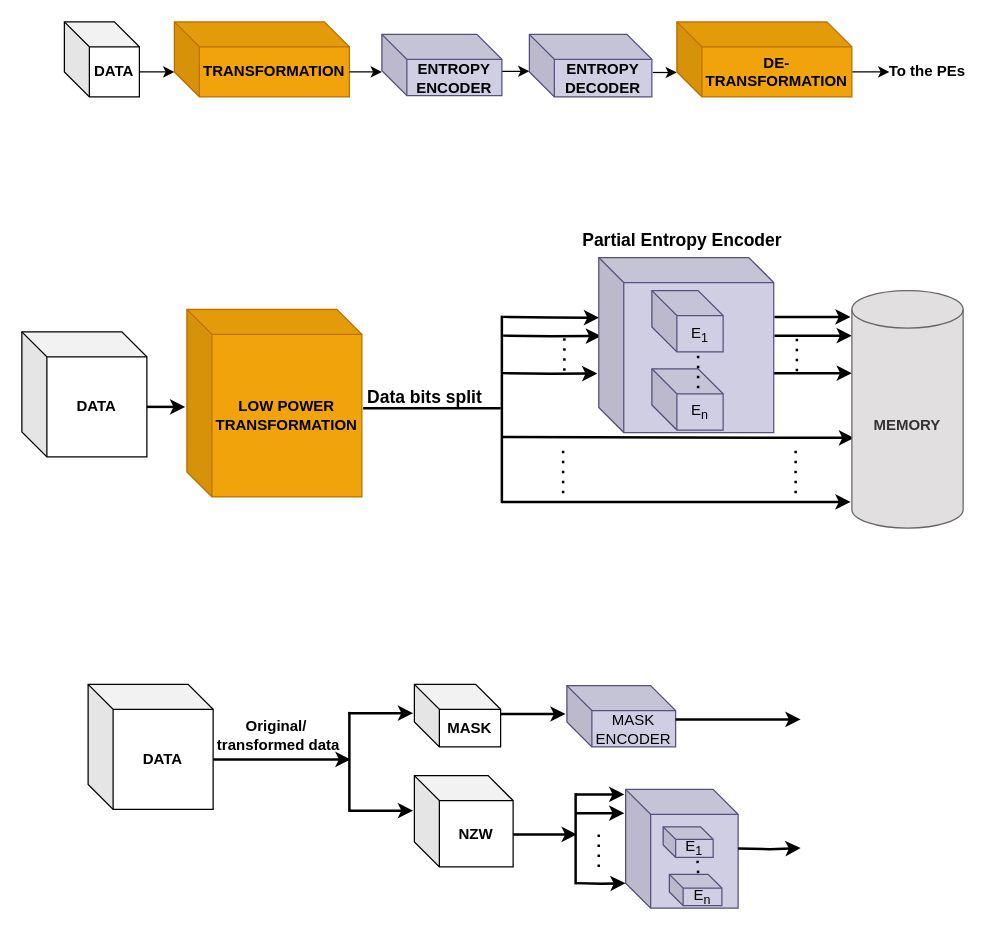
Before: Proposed approach.drawio in Nithyarajoman/Drawio-figures, a draw.io diagram. Source tidied: cells renumbered, new cells numbered last; positions are measured from the earlier drawing's top-left corner, leaving out a move shared by most shapes. Both pictures are drawn from the tidied source at 125%, with x=0, y=0 at pixel (21, 21).
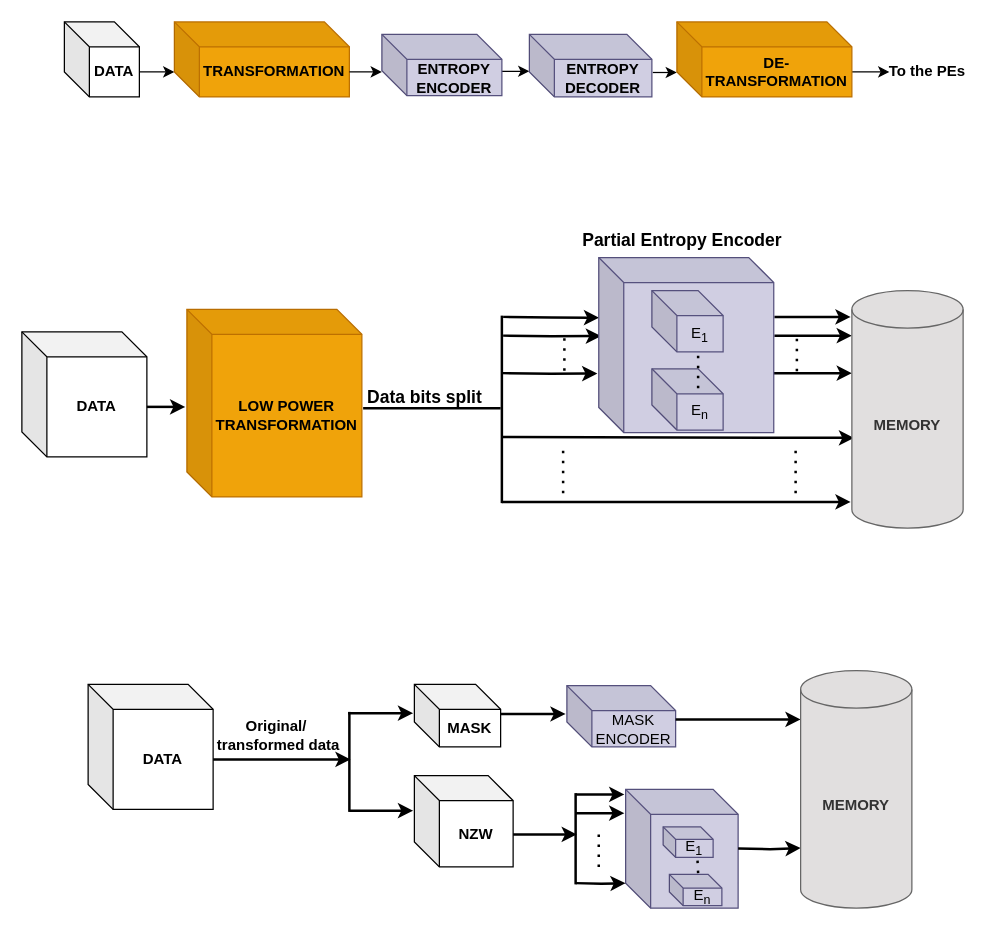
After the change.

The edit, as a diff of the source:
```diff
@@
+    <mxCell id="62" value="&lt;b&gt;MEMORY&lt;/b&gt;" style="shape=cylinder3;whiteSpace=wrap;html=1;boundedLbl=1;backgroundOutline=1;size=15;fillColor=light-dark(#e1dfdf, #1a1a1a);strokeColor=#666666;fontColor=#333333;" parent="1" vertex="1">
+      <mxGeometry x="623" y="519" width="89" height="190" as="geometry" />
+    </mxCell>
```
